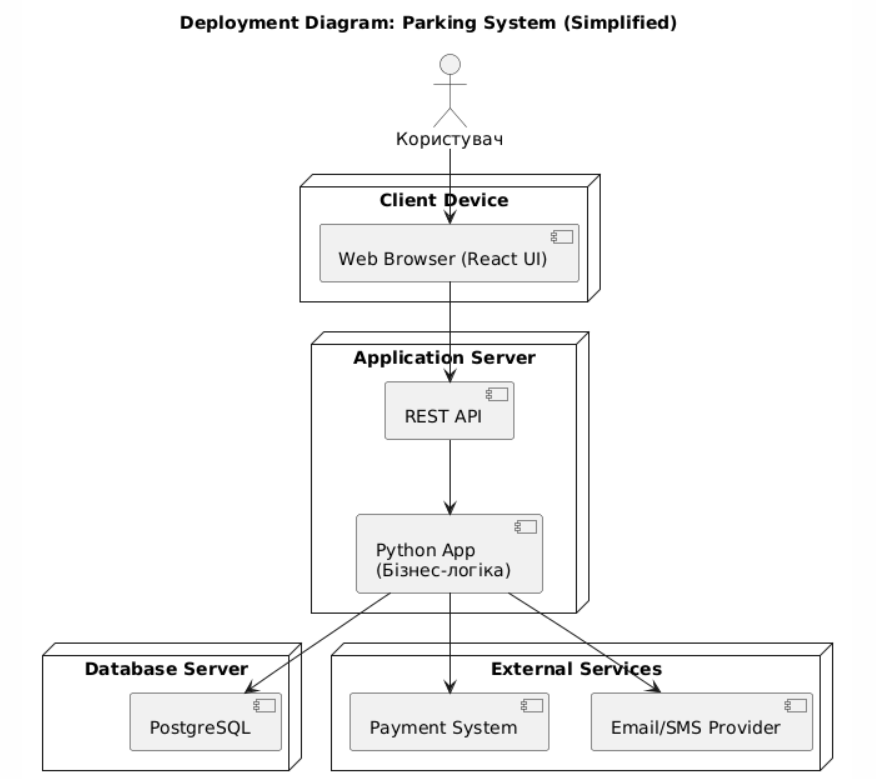
Earlier version of the PlantUML export docs/architecture/uml/diagrams_png/deployment_diagram.png (ukma-cs-ssdm-2025/team-bottleneck). Its source is kept beside it as docs/architecture/uml/deployment_diagram.puml.
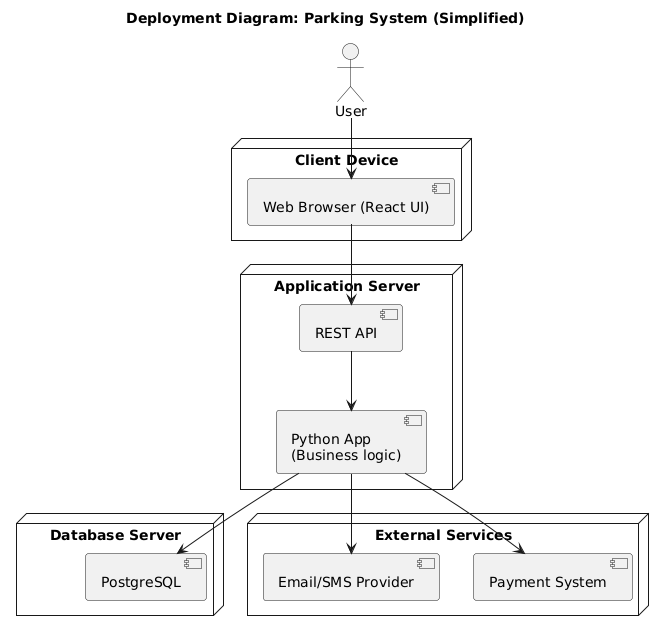
Above is the later version.

Commit message:
Diagrams translation (#227)

The edit, as a diff of the source:
```diff
@@ -1,7 +1,7 @@
 @startuml
 title Deployment Diagram: Parking System (Simplified)
 
-actor "Користувач" as User
+actor "User" as User
 
 node "Client Device" {
   [Web Browser (React UI)]
@@ -9,7 +9,7 @@
 
 node "Application Server" {
   [REST API]
-  [Python App\n(Бізнес-логіка)]
+  [Python App\n(Business logic)]
 }
 
 node "Database Server" {
@@ -23,9 +23,9 @@
 
 User --> [Web Browser (React UI)]
 [Web Browser (React UI)] --> [REST API]
-[REST API] --> [Python App\n(Бізнес-логіка)]
-[Python App\n(Бізнес-логіка)] --> [PostgreSQL]
+[REST API] --> [Python App\n(Business logic)]
+[Python App\n(Business logic)] --> [PostgreSQL]
 
-[Python App\n(Бізнес-логіка)] --> [Payment System]
-[Python App\n(Бізнес-логіка)] --> [Email/SMS Provider]
+[Python App\n(Business logic)] --> [Payment System]
+[Python App\n(Business logic)] --> [Email/SMS Provider]
 @enduml
```
